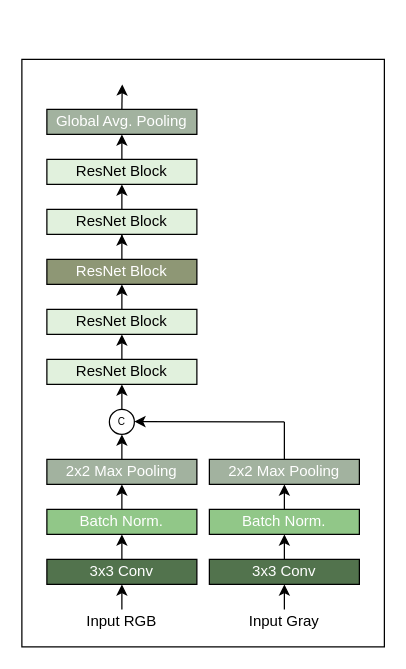
Earlier version of the draw.io diagram page "Page-2" (2 of 2) of img/struct.drawio (Abner0627/Traffic-Sign-Classifier). Source tidied: cells renumbered, new cells numbered last; positions are measured from the earlier drawing's top-left corner, leaving out a move shared by most shapes. Both pictures are drawn from the tidied source at 125%, with x=0, y=0 at pixel (21, 59).
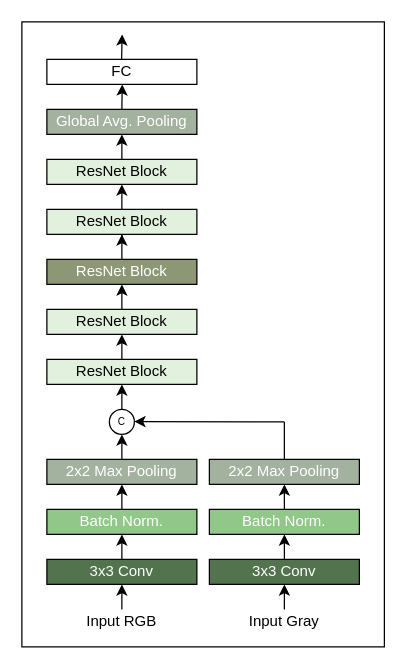
The same diagram, later.

What changed in the source:
```diff
@@
     <mxCell id="2" style="rounded=0;whiteSpace=wrap;html=1;fontSize=8;fontColor=#FFFFFF;strokeColor=#000000;fillColor=#FFFFFF;" parent="1" vertex="1">
-      <mxGeometry width="290" height="470" as="geometry" />
+      <mxGeometry y="-30" width="290" height="500" as="geometry" />
     </mxCell>
@@
+    <mxCell id="36" value="FC" style="text;html=1;align=center;verticalAlign=middle;whiteSpace=wrap;rounded=0;strokeColor=#000000;fillColor=#ffffff;" parent="1" vertex="1">
+      <mxGeometry x="20" width="120" height="20" as="geometry" />
+    </mxCell>
+    <mxCell id="37" style="edgeStyle=orthogonalEdgeStyle;rounded=0;orthogonalLoop=1;jettySize=auto;html=1;exitX=0.5;exitY=0;exitDx=0;exitDy=0;fontSize=8;fontColor=#FFFFFF;" parent="1" edge="1">
+      <mxGeometry relative="1" as="geometry">
+        <mxPoint x="79.8" as="sourcePoint" />
+        <mxPoint x="80.2" y="-20" as="targetPoint" />
+      </mxGeometry>
+    </mxCell>
```
